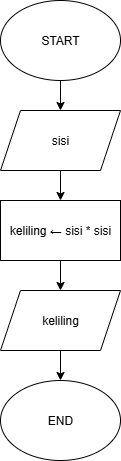
Earlier version of the draw.io export tugas/keliling-persegi/flowchart.drawio.png (aldenasf/tugas-rpl-stmj). Source tidied: cells renumbered, new cells last; positions are measured from the earlier drawing's top-left corner, leaving out a move shared by most shapes.
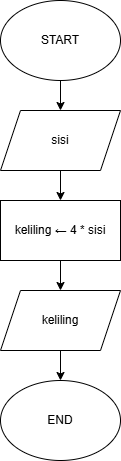
Later version of the same file.

Commit message:
edit flowchart keliling persegi

Diff of the diagram source:
```diff
@@ -17,7 +17,7 @@
     <mxCell id="6" style="edgeStyle=orthogonalEdgeStyle;rounded=0;jettySize=auto;html=1;exitX=0.5;exitY=1;exitDx=0;exitDy=0;entryX=0.5;entryY=0;entryDx=0;entryDy=0;" parent="1" edge="1" source="7" target="9">
       <mxGeometry relative="1" as="geometry" />
     </mxCell>
-    <mxCell id="7" value="keliling ← sisi * sisi" style="rounded=0;whiteSpace=wrap;html=1;" parent="1" vertex="1">
+    <mxCell id="7" value="keliling ← 4 * sisi" style="rounded=0;whiteSpace=wrap;html=1;" parent="1" vertex="1">
       <mxGeometry y="200" width="120" height="60" as="geometry" />
     </mxCell>
     <mxCell id="8" style="edgeStyle=orthogonalEdgeStyle;rounded=0;jettySize=auto;html=1;exitX=0.5;exitY=1;exitDx=0;exitDy=0;entryX=0.5;entryY=0;entryDx=0;entryDy=0;" parent="1" edge="1" source="9" target="10">
```
